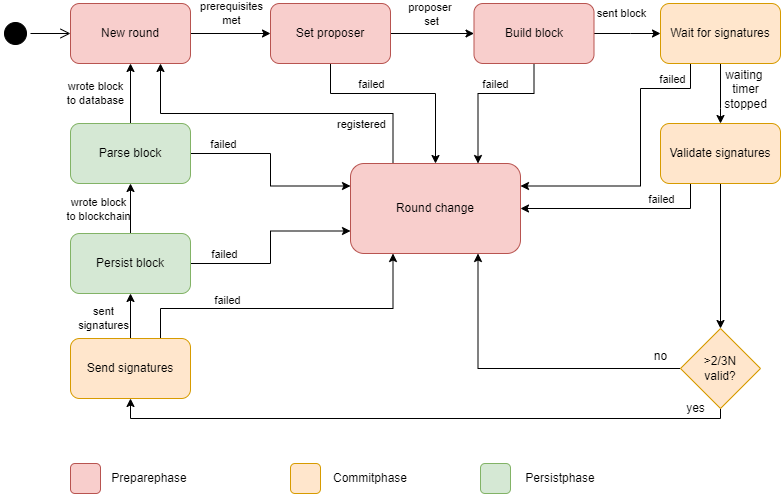
The draw.io diagram docs/diagrams/round_flow_proposer.drawio.png in trustcerts/trustchain-doc, before a commit. Source tidied: cells renumbered, new cells last; positions are measured from the earlier drawing's top-left corner, leaving out a move shared by most shapes.
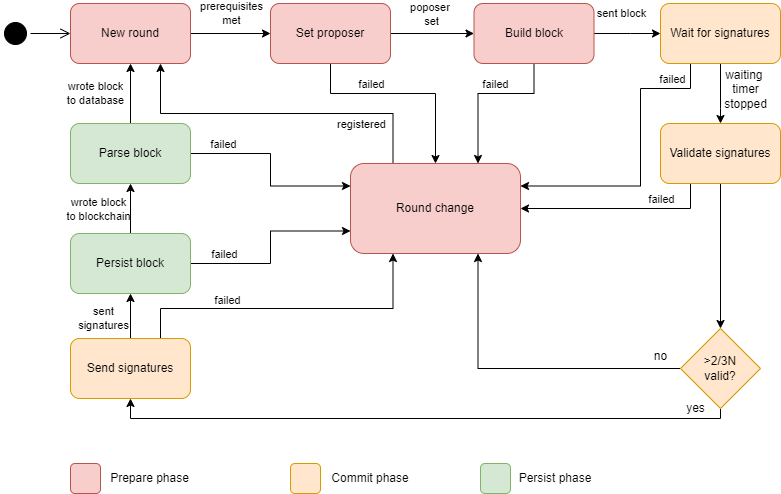
Above is the later version.

Commit message:
corrected diagrams

The edit, as a diff of the source:
```diff
@@ -63,7 +63,7 @@
     <mxCell id="14" style="edgeStyle=orthogonalEdgeStyle;rounded=0;jettySize=auto;html=1;exitX=1;exitY=0.5;exitDx=0;exitDy=0;" parent="1" edge="1" source="18" target="10">
       <mxGeometry relative="1" as="geometry" />
     </mxCell>
-    <mxCell id="15" value="proposer&amp;nbsp;&lt;br&gt;set" style="edgeLabel;html=1;align=center;verticalAlign=middle;" parent="14" vertex="1">
+    <mxCell id="15" value="poposer&amp;nbsp;&lt;br&gt;set" style="edgeLabel;html=1;align=center;verticalAlign=middle;" parent="14" vertex="1">
       <mxGeometry x="0.17" relative="1" as="geometry">
         <mxPoint x="-9" y="-20" as="offset" />
       </mxGeometry>
@@ -172,14 +172,14 @@
     <mxCell id="39" style="rounded=1;whiteSpace=wrap;html=1;fillColor=#ffe6cc;strokeColor=#d79b00;" parent="1" vertex="1">
       <mxGeometry x="290" y="460" width="30" height="30" as="geometry" />
     </mxCell>
-    <mxCell id="40" value="Preparephase" style="text;html=1;strokeColor=none;fillColor=none;align=center;verticalAlign=middle;whiteSpace=wrap;rounded=0;" parent="1" vertex="1">
-      <mxGeometry x="129" y="465" width="40" height="20" as="geometry" />
+    <mxCell id="40" value="Prepare phase" style="text;html=1;strokeColor=none;fillColor=none;align=center;verticalAlign=middle;whiteSpace=wrap;rounded=0;" parent="1" vertex="1">
+      <mxGeometry x="109" y="465" width="81" height="20" as="geometry" />
     </mxCell>
-    <mxCell id="41" value="Commitphase" style="text;html=1;strokeColor=none;fillColor=none;align=center;verticalAlign=middle;whiteSpace=wrap;rounded=0;" parent="1" vertex="1">
-      <mxGeometry x="350" y="465" width="40" height="20" as="geometry" />
+    <mxCell id="41" value="Commit phase" style="text;html=1;strokeColor=none;fillColor=none;align=center;verticalAlign=middle;whiteSpace=wrap;rounded=0;" parent="1" vertex="1">
+      <mxGeometry x="330" y="465" width="80" height="20" as="geometry" />
     </mxCell>
-    <mxCell id="42" value="Persistphase" style="text;html=1;strokeColor=none;fillColor=none;align=center;verticalAlign=middle;whiteSpace=wrap;rounded=0;" parent="1" vertex="1">
-      <mxGeometry x="540" y="465" width="40" height="20" as="geometry" />
+    <mxCell id="42" value="Persist phase" style="text;html=1;strokeColor=none;fillColor=none;align=center;verticalAlign=middle;whiteSpace=wrap;rounded=0;" parent="1" vertex="1">
+      <mxGeometry x="510" y="465" width="90" height="20" as="geometry" />
     </mxCell>
     <mxCell id="43" style="rounded=1;whiteSpace=wrap;html=1;fillColor=#d5e8d4;strokeColor=#82b366;" parent="1" vertex="1">
       <mxGeometry x="480" y="460" width="30" height="30" as="geometry" />
```
